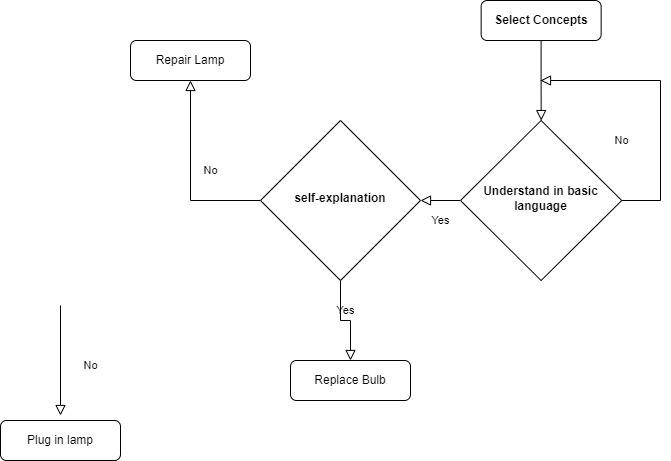
Above: Feynman.png in fightmeat/photos (draw.io), before the change. Source tidied: cells renumbered, new cells last; positions are measured from the earlier drawing's top-left corner, leaving out a move shared by most shapes.
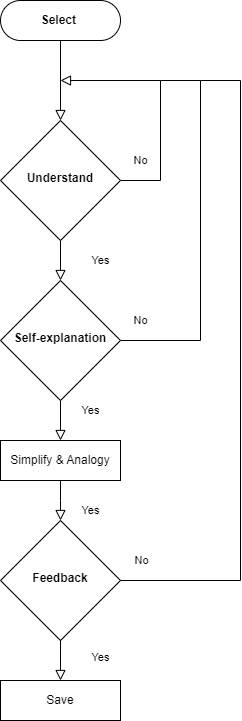
Above is the later version.

Diff of the diagram source:
```diff
@@ -5,47 +5,64 @@
     <mxCell id="2" style="rounded=0;html=1;jettySize=auto;fontSize=11;endArrow=block;endFill=0;endSize=8;strokeWidth=1;shadow=0;labelBackgroundColor=none;edgeStyle=orthogonalEdgeStyle;" parent="1" edge="1" source="3" target="6">
       <mxGeometry relative="1" as="geometry" />
     </mxCell>
-    <mxCell id="3" value="&lt;b&gt;Select Concepts&lt;/b&gt;" style="rounded=1;whiteSpace=wrap;html=1;fontSize=12;glass=0;strokeWidth=1;shadow=0;" parent="1" vertex="1">
-      <mxGeometry x="480.6" width="120" height="40" as="geometry" />
+    <mxCell id="3" value="&lt;b&gt;Select&amp;nbsp;&lt;/b&gt;" style="rounded=1;whiteSpace=wrap;html=1;fontSize=12;glass=0;strokeWidth=1;shadow=0;arcSize=50;" parent="1" vertex="1">
+      <mxGeometry x="460" y="-40" width="120" height="40" as="geometry" />
     </mxCell>
     <mxCell id="4" value="Yes" style="rounded=0;html=1;jettySize=auto;fontSize=11;endArrow=block;endFill=0;endSize=8;strokeWidth=1;shadow=0;labelBackgroundColor=none;edgeStyle=orthogonalEdgeStyle;" parent="1" edge="1" source="6" target="10">
-      <mxGeometry y="20" relative="1" as="geometry" />
+      <mxGeometry y="40" relative="1" as="geometry" />
     </mxCell>
     <mxCell id="5" value="No" style="edgeStyle=orthogonalEdgeStyle;rounded=0;html=1;jettySize=auto;fontSize=11;endArrow=block;endFill=0;endSize=8;strokeWidth=1;shadow=0;labelBackgroundColor=none;exitX=1;exitY=0.5;exitDx=0;exitDy=0;" parent="1" edge="1" source="6">
-      <mxGeometry x="-0.29" y="39" relative="1" as="geometry">
-        <mxPoint x="540" y="80" as="targetPoint" />
+      <mxGeometry x="-0.5" y="20" relative="1" as="geometry">
+        <mxPoint x="520" y="40" as="targetPoint" />
         <Array as="points">
-          <mxPoint x="660" y="200" />
-          <mxPoint x="660" y="80" />
+          <mxPoint x="620" y="140" />
+          <mxPoint x="620" y="40" />
         </Array>
       </mxGeometry>
     </mxCell>
-    <mxCell id="6" value="&lt;font size=&quot;1&quot; style=&quot;&quot;&gt;&lt;b style=&quot;font-size: 12px;&quot;&gt;Understand in basic language&lt;/b&gt;&lt;/font&gt;" style="rhombus;whiteSpace=wrap;html=1;shadow=0;fontFamily=Helvetica;fontSize=12;align=center;strokeWidth=1;spacing=6;spacingTop=-4;" parent="1" vertex="1">
-      <mxGeometry x="460" y="120" width="161.2" height="160" as="geometry" />
+    <mxCell id="6" value="&lt;b&gt;Understand&lt;/b&gt;" style="rhombus;whiteSpace=wrap;html=1;shadow=0;fontFamily=Helvetica;fontSize=12;align=center;strokeWidth=1;spacing=6;spacingTop=-4;" parent="1" vertex="1">
+      <mxGeometry x="460" y="80" width="120" height="120" as="geometry" />
     </mxCell>
-    <mxCell id="7" value="Plug in lamp" style="rounded=1;whiteSpace=wrap;html=1;fontSize=12;glass=0;strokeWidth=1;shadow=0;" parent="1" vertex="1">
-      <mxGeometry y="420" width="120" height="40" as="geometry" />
-    </mxCell>
-    <mxCell id="8" value="No" style="rounded=0;html=1;jettySize=auto;fontSize=11;endArrow=block;endFill=0;endSize=8;strokeWidth=1;shadow=0;labelBackgroundColor=none;edgeStyle=orthogonalEdgeStyle;" parent="1" edge="1" source="10" target="11">
-      <mxGeometry x="0.05" y="-20" relative="1" as="geometry" />
+    <mxCell id="8" value="No" style="rounded=0;html=1;jettySize=auto;fontSize=11;endArrow=none;endFill=0;strokeWidth=1;shadow=0;labelBackgroundColor=none;edgeStyle=orthogonalEdgeStyle;exitX=1;exitY=0.5;exitDx=0;exitDy=0;" parent="1" edge="1" source="10">
+      <mxGeometry x="-0.89" y="20" relative="1" as="geometry">
+        <mxPoint x="620" y="40" as="targetPoint" />
+        <Array as="points">
+          <mxPoint x="660" y="300" />
+          <mxPoint x="660" y="40" />
+        </Array>
+      </mxGeometry>
     </mxCell>
-    <mxCell id="9" value="Yes" style="edgeStyle=orthogonalEdgeStyle;rounded=0;html=1;jettySize=auto;fontSize=11;endArrow=block;endFill=0;endSize=8;strokeWidth=1;shadow=0;labelBackgroundColor=none;" parent="1" edge="1" source="10" target="12">
-      <mxGeometry y="10" relative="1" as="geometry" />
+    <mxCell id="9" value="Yes" style="edgeStyle=orthogonalEdgeStyle;rounded=0;html=1;jettySize=auto;fontSize=11;endArrow=block;endFill=0;endSize=8;strokeWidth=1;shadow=0;labelBackgroundColor=none;entryX=0.5;entryY=0;entryDx=0;entryDy=0;exitX=0.5;exitY=1;exitDx=0;exitDy=0;" parent="1" edge="1" source="10" target="15">
+      <mxGeometry x="-0.5" y="30" relative="1" as="geometry" />
     </mxCell>
-    <mxCell id="10" value="&lt;b&gt;self-explanation&lt;/b&gt;" style="rhombus;whiteSpace=wrap;html=1;shadow=0;fontFamily=Helvetica;fontSize=12;align=center;strokeWidth=1;spacing=6;spacingTop=-4;" parent="1" vertex="1">
-      <mxGeometry x="260" y="120" width="160" height="160" as="geometry" />
+    <mxCell id="10" value="&lt;b&gt;Self-explanation&lt;/b&gt;" style="rhombus;whiteSpace=wrap;html=1;shadow=0;fontFamily=Helvetica;fontSize=12;align=center;strokeWidth=1;spacing=6;spacingTop=-4;" parent="1" vertex="1">
+      <mxGeometry x="460" y="240" width="120" height="120" as="geometry" />
     </mxCell>
-    <mxCell id="11" value="Repair Lamp" style="rounded=1;whiteSpace=wrap;html=1;fontSize=12;glass=0;strokeWidth=1;shadow=0;" parent="1" vertex="1">
-      <mxGeometry x="130" y="40" width="120" height="40" as="geometry" />
-    </mxCell>
-    <mxCell id="12" value="Replace Bulb" style="rounded=1;whiteSpace=wrap;html=1;fontSize=12;glass=0;strokeWidth=1;shadow=0;" parent="1" vertex="1">
-      <mxGeometry x="290" y="360" width="120" height="40" as="geometry" />
-    </mxCell>
+    <mxCell id="14" value="&lt;b&gt;Feedback&lt;/b&gt;" style="rhombus;whiteSpace=wrap;html=1;shadow=0;fontFamily=Helvetica;fontSize=12;align=center;strokeWidth=1;spacing=6;spacingTop=-4;" parent="1" vertex="1">
+      <mxGeometry x="460" y="480" width="120" height="120" as="geometry" />
+    </mxCell>
+    <mxCell id="15" value="Simplify &amp;amp; Analogy" style="rounded=1;whiteSpace=wrap;html=1;fontSize=12;glass=0;strokeWidth=1;shadow=0;arcSize=0;" parent="1" vertex="1">
+      <mxGeometry x="460" y="400" width="120" height="40" as="geometry" />
+    </mxCell>
+    <mxCell id="16" value="Yes" style="edgeStyle=orthogonalEdgeStyle;rounded=0;html=1;jettySize=auto;fontSize=11;endArrow=block;endFill=0;endSize=8;strokeWidth=1;shadow=0;labelBackgroundColor=none;exitX=0.5;exitY=1;exitDx=0;exitDy=0;" parent="1" edge="1" source="15">
+      <mxGeometry x="0.47" y="30" relative="1" as="geometry">
+        <mxPoint x="520" y="480" as="targetPoint" />
+      </mxGeometry>
+    </mxCell>
-    <mxCell id="13" value="No" style="rounded=0;html=1;jettySize=auto;orthogonalLoop=1;fontSize=11;endArrow=block;endFill=0;endSize=8;strokeWidth=1;shadow=0;labelBackgroundColor=none;edgeStyle=orthogonalEdgeStyle;" parent="1" edge="1">
-      <mxGeometry x="0.09" y="30" relative="1" as="geometry">
-        <mxPoint x="60" y="305" as="sourcePoint" />
-        <mxPoint x="60" y="415" as="targetPoint" />
+    <mxCell id="13" value="No" style="edgeStyle=orthogonalEdgeStyle;rounded=0;html=1;jettySize=auto;fontSize=11;endArrow=none;endFill=0;endSize=8;strokeWidth=1;shadow=0;labelBackgroundColor=none;exitX=1;exitY=0.5;exitDx=0;exitDy=0;" parent="1" edge="1" source="14">
+      <mxGeometry x="-0.94" y="20" relative="1" as="geometry">
+        <mxPoint x="660" y="40" as="targetPoint" />
+        <Array as="points">
+          <mxPoint x="700" y="540" />
+          <mxPoint x="700" y="40" />
+        </Array>
       </mxGeometry>
     </mxCell>
+    <mxCell id="17" value="Save" style="rounded=1;whiteSpace=wrap;html=1;fontSize=12;glass=0;strokeWidth=1;shadow=0;arcSize=0;" parent="1" vertex="1">
+      <mxGeometry x="460" y="640" width="120" height="40" as="geometry" />
+    </mxCell>
+    <mxCell id="18" value="Yes" style="edgeStyle=orthogonalEdgeStyle;rounded=0;html=1;jettySize=auto;fontSize=11;endArrow=block;endFill=0;endSize=8;strokeWidth=1;shadow=0;labelBackgroundColor=none;entryX=0.5;entryY=0;entryDx=0;entryDy=0;exitX=0.5;exitY=1;exitDx=0;exitDy=0;" parent="1" edge="1" source="14" target="17">
+      <mxGeometry x="-0.13" y="40" relative="1" as="geometry" />
+    </mxCell>
   </root>
 </mxGraphModel>
```
